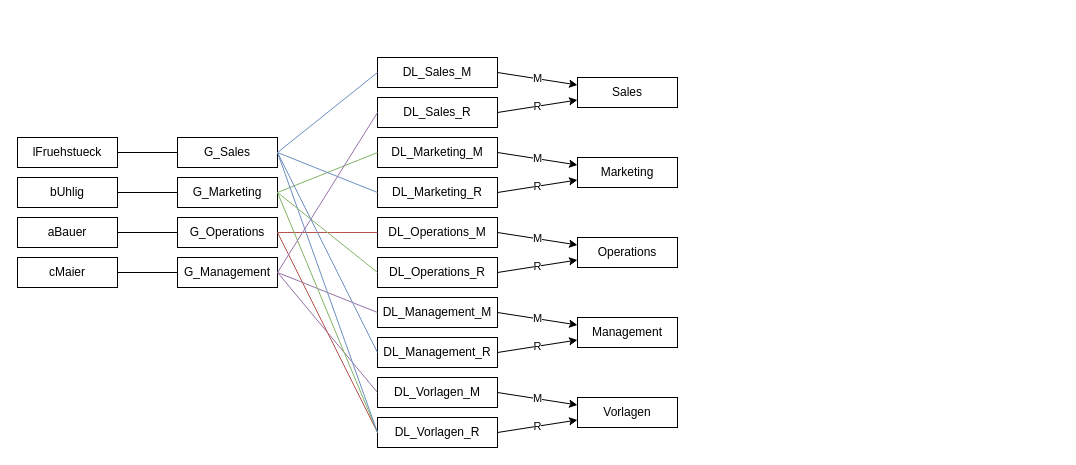
HTL3R-DA-24-25/NWTK_24-25_FruehstueckUhlig keeps this draw.io diagram as plan/AD/Gruppen/Gruppen.drawio. Above is the earlier version. Source tidied: cells renumbered, new cells numbered last; positions are measured from the earlier drawing's top-left corner, leaving out a move shared by most shapes. Both pictures are drawn from the tidied source at 100%, with x=0, y=0 at pixel (17, 57).
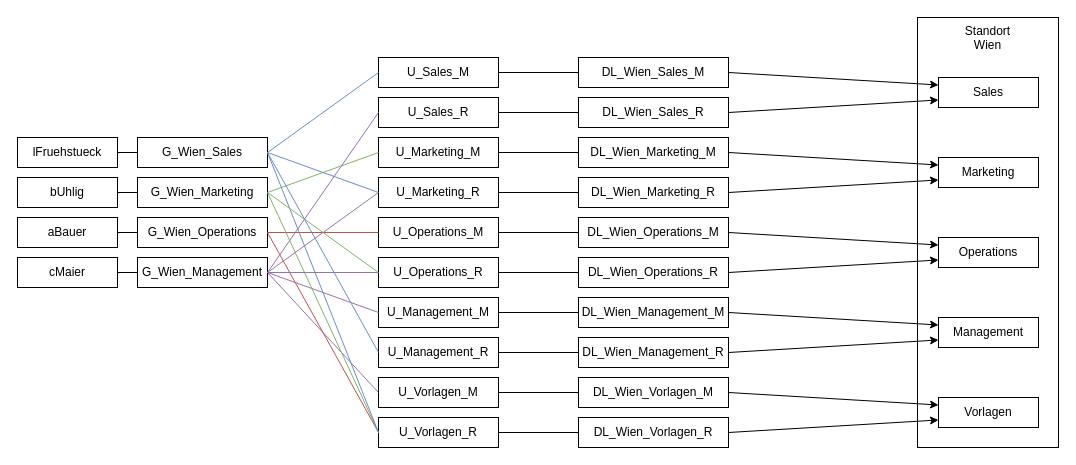
After the change.

The edit, as a diff of the source:
```diff
@@
+    <mxCell id="51" value="&lt;div&gt;Standort&lt;/div&gt;&lt;div&gt;Wien&lt;br&gt;&lt;/div&gt;" style="rounded=0;whiteSpace=wrap;html=1;verticalAlign=top;" parent="1" vertex="1">
+      <mxGeometry x="900" y="-40" width="141" height="430" as="geometry" />
+    </mxCell>
-    <mxCell id="2" value="G_Sales" style="rounded=0;whiteSpace=wrap;html=1;" parent="1" vertex="1">
-      <mxGeometry x="160" y="80" width="100" height="30" as="geometry" />
+    <mxCell id="2" value="G_Wien_Sales" style="rounded=0;whiteSpace=wrap;html=1;" parent="1" vertex="1">
+      <mxGeometry x="120" y="80" width="130" height="30" as="geometry" />
     </mxCell>
-    <mxCell id="3" value="G_Operations" style="rounded=0;whiteSpace=wrap;html=1;" parent="1" vertex="1">
-      <mxGeometry x="160" y="160" width="100" height="30" as="geometry" />
+    <mxCell id="3" value="G_Wien_Operations" style="rounded=0;whiteSpace=wrap;html=1;" parent="1" vertex="1">
+      <mxGeometry x="120" y="160" width="130" height="30" as="geometry" />
     </mxCell>
-    <mxCell id="4" value="G_Marketing" style="rounded=0;whiteSpace=wrap;html=1;" parent="1" vertex="1">
-      <mxGeometry x="160" y="120" width="100" height="30" as="geometry" />
+    <mxCell id="4" value="G_Wien_Marketing" style="rounded=0;whiteSpace=wrap;html=1;" parent="1" vertex="1">
+      <mxGeometry x="120" y="120" width="130" height="30" as="geometry" />
     </mxCell>
-    <mxCell id="5" value="G_Management" style="rounded=0;whiteSpace=wrap;html=1;" parent="1" vertex="1">
-      <mxGeometry x="160" y="200" width="100" height="30" as="geometry" />
+    <mxCell id="5" value="G_Wien_Management" style="rounded=0;whiteSpace=wrap;html=1;" parent="1" vertex="1">
+      <mxGeometry x="120" y="200" width="130" height="30" as="geometry" />
     </mxCell>
-    <mxCell id="6" value="M" style="rounded=0;jettySize=auto;html=1;exitX=1;exitY=0.5;exitDx=0;exitDy=0;entryX=0;entryY=0.25;entryDx=0;entryDy=0;" parent="1" edge="1" source="7" target="41">
-      <mxGeometry relative="1" as="geometry" />
-    </mxCell>
-    <mxCell id="7" value="DL_Sales_M" style="rounded=0;whiteSpace=wrap;html=1;" parent="1" vertex="1">
-      <mxGeometry x="360" width="120" height="30" as="geometry" />
+    <mxCell id="7" value="U_Sales_M" style="rounded=0;whiteSpace=wrap;html=1;" parent="1" vertex="1">
+      <mxGeometry x="361" width="120" height="30" as="geometry" />
     </mxCell>
-    <mxCell id="8" value="DL_Sales_R" style="rounded=0;whiteSpace=wrap;html=1;" parent="1" vertex="1">
-      <mxGeometry x="360" y="40" width="120" height="30" as="geometry" />
+    <mxCell id="8" value="U_Sales_R" style="rounded=0;whiteSpace=wrap;html=1;" parent="1" vertex="1">
+      <mxGeometry x="361" y="40" width="120" height="30" as="geometry" />
     </mxCell>
-    <mxCell id="9" value="DL_Marketing_M" style="rounded=0;whiteSpace=wrap;html=1;" parent="1" vertex="1">
-      <mxGeometry x="360" y="80" width="120" height="30" as="geometry" />
+    <mxCell id="9" value="U_Marketing_M" style="rounded=0;whiteSpace=wrap;html=1;" parent="1" vertex="1">
+      <mxGeometry x="361" y="80" width="120" height="30" as="geometry" />
     </mxCell>
-    <mxCell id="10" value="DL_Marketing_R" style="rounded=0;whiteSpace=wrap;html=1;" parent="1" vertex="1">
-      <mxGeometry x="360" y="120" width="120" height="30" as="geometry" />
+    <mxCell id="10" value="U_Marketing_R" style="rounded=0;whiteSpace=wrap;html=1;" parent="1" vertex="1">
+      <mxGeometry x="361" y="120" width="120" height="30" as="geometry" />
     </mxCell>
-    <mxCell id="11" value="DL_Operations_M" style="rounded=0;whiteSpace=wrap;html=1;" parent="1" vertex="1">
-      <mxGeometry x="360" y="160" width="120" height="30" as="geometry" />
+    <mxCell id="11" value="U_Operations_M" style="rounded=0;whiteSpace=wrap;html=1;" parent="1" vertex="1">
+      <mxGeometry x="361" y="160" width="120" height="30" as="geometry" />
     </mxCell>
-    <mxCell id="12" value="DL_Operations_R" style="rounded=0;whiteSpace=wrap;html=1;" parent="1" vertex="1">
-      <mxGeometry x="360" y="200" width="120" height="30" as="geometry" />
+    <mxCell id="12" value="U_Operations_R" style="rounded=0;whiteSpace=wrap;html=1;" parent="1" vertex="1">
+      <mxGeometry x="361" y="200" width="120" height="30" as="geometry" />
     </mxCell>
-    <mxCell id="13" value="DL_Management_M" style="rounded=0;whiteSpace=wrap;html=1;" parent="1" vertex="1">
-      <mxGeometry x="360" y="240" width="120" height="30" as="geometry" />
+    <mxCell id="13" value="U_Management_M" style="rounded=0;whiteSpace=wrap;html=1;" parent="1" vertex="1">
+      <mxGeometry x="361" y="240" width="120" height="30" as="geometry" />
     </mxCell>
-    <mxCell id="14" value="DL_Management_R" style="rounded=0;whiteSpace=wrap;html=1;" parent="1" vertex="1">
-      <mxGeometry x="360" y="280" width="120" height="30" as="geometry" />
+    <mxCell id="14" value="U_Management_R" style="rounded=0;whiteSpace=wrap;html=1;" parent="1" vertex="1">
+      <mxGeometry x="361" y="280" width="120" height="30" as="geometry" />
     </mxCell>
@@
-    <mxCell id="27" value="DL_Vorlagen_M" style="rounded=0;whiteSpace=wrap;html=1;" parent="1" vertex="1">
-      <mxGeometry x="360" y="320" width="120" height="30" as="geometry" />
+    <mxCell id="27" value="U_Vorlagen_M" style="rounded=0;whiteSpace=wrap;html=1;" parent="1" vertex="1">
+      <mxGeometry x="361" y="320" width="120" height="30" as="geometry" />
     </mxCell>
-    <mxCell id="28" value="DL_Vorlagen_R" style="rounded=0;whiteSpace=wrap;html=1;" parent="1" vertex="1">
-      <mxGeometry x="360" y="360" width="120" height="30" as="geometry" />
+    <mxCell id="28" value="U_Vorlagen_R" style="rounded=0;whiteSpace=wrap;html=1;" parent="1" vertex="1">
+      <mxGeometry x="361" y="360" width="120" height="30" as="geometry" />
     </mxCell>
@@
     <mxCell id="37" value="Marketing" style="rounded=0;whiteSpace=wrap;html=1;" parent="1" vertex="1">
-      <mxGeometry x="560" y="100" width="100" height="30" as="geometry" />
+      <mxGeometry x="921" y="100" width="100" height="30" as="geometry" />
     </mxCell>
     <mxCell id="38" value="Management" style="rounded=0;whiteSpace=wrap;html=1;" parent="1" vertex="1">
-      <mxGeometry x="560" y="260" width="100" height="30" as="geometry" />
+      <mxGeometry x="921" y="260" width="100" height="30" as="geometry" />
     </mxCell>
     <mxCell id="39" value="Operations" style="rounded=0;whiteSpace=wrap;html=1;" parent="1" vertex="1">
-      <mxGeometry x="560" y="180" width="100" height="30" as="geometry" />
+      <mxGeometry x="921" y="180" width="100" height="30" as="geometry" />
     </mxCell>
     <mxCell id="40" value="Vorlagen" style="rounded=0;whiteSpace=wrap;html=1;" parent="1" vertex="1">
-      <mxGeometry x="560" y="340" width="100" height="30" as="geometry" />
+      <mxGeometry x="921" y="340" width="100" height="30" as="geometry" />
     </mxCell>
     <mxCell id="41" value="Sales" style="rounded=0;whiteSpace=wrap;html=1;" parent="1" vertex="1">
-      <mxGeometry x="560" y="20" width="100" height="30" as="geometry" />
+      <mxGeometry x="921" y="20" width="100" height="30" as="geometry" />
     </mxCell>
-    <mxCell id="42" value="M" style="rounded=0;jettySize=auto;html=1;exitX=1;exitY=0.5;exitDx=0;exitDy=0;entryX=0;entryY=0.25;entryDx=0;entryDy=0;" parent="1" edge="1" source="9" target="37">
-      <mxGeometry relative="1" as="geometry" />
-    </mxCell>
-    <mxCell id="43" value="M" style="rounded=0;jettySize=auto;html=1;exitX=1;exitY=0.5;exitDx=0;exitDy=0;entryX=0;entryY=0.25;entryDx=0;entryDy=0;" parent="1" edge="1" source="11" target="39">
-      <mxGeometry relative="1" as="geometry" />
-    </mxCell>
-    <mxCell id="44" value="M" style="rounded=0;jettySize=auto;html=1;exitX=1;exitY=0.5;exitDx=0;exitDy=0;entryX=0;entryY=0.25;entryDx=0;entryDy=0;" parent="1" edge="1" source="13" target="38">
-      <mxGeometry relative="1" as="geometry" />
-    </mxCell>
-    <mxCell id="45" value="M" style="rounded=0;jettySize=auto;html=1;exitX=1;exitY=0.5;exitDx=0;exitDy=0;entryX=0;entryY=0.25;entryDx=0;entryDy=0;" parent="1" edge="1" source="27" target="40">
-      <mxGeometry relative="1" as="geometry" />
-    </mxCell>
-    <mxCell id="46" value="R" style="rounded=0;jettySize=auto;html=1;exitX=1;exitY=0.5;exitDx=0;exitDy=0;entryX=0;entryY=0.75;entryDx=0;entryDy=0;" parent="1" edge="1" source="8" target="41">
-      <mxGeometry relative="1" as="geometry" />
-    </mxCell>
-    <mxCell id="47" value="R" style="rounded=0;jettySize=auto;html=1;exitX=1;exitY=0.5;exitDx=0;exitDy=0;entryX=0;entryY=0.75;entryDx=0;entryDy=0;" parent="1" edge="1" source="10" target="37">
-      <mxGeometry relative="1" as="geometry" />
-    </mxCell>
-    <mxCell id="48" value="R" style="rounded=0;jettySize=auto;html=1;exitX=1;exitY=0.5;exitDx=0;exitDy=0;entryX=0;entryY=0.75;entryDx=0;entryDy=0;" parent="1" edge="1" source="12" target="39">
-      <mxGeometry relative="1" as="geometry" />
-    </mxCell>
-    <mxCell id="49" value="R" style="rounded=0;jettySize=auto;html=1;exitX=1;exitY=0.5;exitDx=0;exitDy=0;entryX=0;entryY=0.75;entryDx=0;entryDy=0;" parent="1" edge="1" source="14" target="38">
-      <mxGeometry relative="1" as="geometry" />
-    </mxCell>
-    <mxCell id="50" value="R" style="rounded=0;jettySize=auto;html=1;exitX=1;exitY=0.5;exitDx=0;exitDy=0;entryX=0;entryY=0.75;entryDx=0;entryDy=0;" parent="1" edge="1" source="28" target="40">
-      <mxGeometry relative="1" as="geometry" />
-    </mxCell>
+    <mxCell id="52" value="DL_Wien_Sales_M" style="rounded=0;whiteSpace=wrap;html=1;" parent="1" vertex="1">
+      <mxGeometry x="561" width="150" height="30" as="geometry" />
+    </mxCell>
+    <mxCell id="53" value="DL_Wien_Sales_R" style="rounded=0;whiteSpace=wrap;html=1;" parent="1" vertex="1">
+      <mxGeometry x="561" y="40" width="150" height="30" as="geometry" />
+    </mxCell>
+    <mxCell id="54" value="DL_Wien_Marketing_M" style="rounded=0;whiteSpace=wrap;html=1;" parent="1" vertex="1">
+      <mxGeometry x="561" y="80" width="150" height="30" as="geometry" />
+    </mxCell>
+    <mxCell id="55" value="DL_Wien_Marketing_R" style="rounded=0;whiteSpace=wrap;html=1;" parent="1" vertex="1">
+      <mxGeometry x="561" y="120" width="150" height="30" as="geometry" />
+    </mxCell>
+    <mxCell id="56" value="DL_Wien_Operations_M" style="rounded=0;whiteSpace=wrap;html=1;" parent="1" vertex="1">
+      <mxGeometry x="561" y="160" width="150" height="30" as="geometry" />
+    </mxCell>
+    <mxCell id="57" value="DL_Wien_Operations_R" style="rounded=0;whiteSpace=wrap;html=1;" parent="1" vertex="1">
+      <mxGeometry x="561" y="200" width="150" height="30" as="geometry" />
+    </mxCell>
+    <mxCell id="58" value="DL_Wien_Management_M" style="rounded=0;whiteSpace=wrap;html=1;" parent="1" vertex="1">
+      <mxGeometry x="561" y="240" width="150" height="30" as="geometry" />
+    </mxCell>
+    <mxCell id="59" value="DL_Wien_Management_R" style="rounded=0;whiteSpace=wrap;html=1;" parent="1" vertex="1">
+      <mxGeometry x="561" y="280" width="150" height="30" as="geometry" />
+    </mxCell>
+    <mxCell id="60" value="DL_Wien_Vorlagen_M" style="rounded=0;whiteSpace=wrap;html=1;" parent="1" vertex="1">
+      <mxGeometry x="561" y="320" width="150" height="30" as="geometry" />
+    </mxCell>
+    <mxCell id="61" value="DL_Wien_Vorlagen_R" style="rounded=0;whiteSpace=wrap;html=1;" parent="1" vertex="1">
+      <mxGeometry x="561" y="360" width="150" height="30" as="geometry" />
+    </mxCell>
+    <mxCell id="62" style="endArrow=none;html=1;rounded=0;entryX=1;entryY=0.5;entryDx=0;entryDy=0;exitX=0;exitY=0.5;exitDx=0;exitDy=0;" parent="1" edge="1" source="52" target="7">
+      <mxGeometry relative="1" as="geometry" />
+    </mxCell>
+    <mxCell id="63" style="endArrow=none;html=1;rounded=0;entryX=1;entryY=0.5;entryDx=0;entryDy=0;exitX=0;exitY=0.5;exitDx=0;exitDy=0;" parent="1" edge="1" source="53" target="8">
+      <mxGeometry relative="1" as="geometry" />
+    </mxCell>
+    <mxCell id="64" style="endArrow=none;html=1;rounded=0;entryX=1;entryY=0.5;entryDx=0;entryDy=0;exitX=0;exitY=0.5;exitDx=0;exitDy=0;" parent="1" edge="1" source="56" target="11">
+      <mxGeometry relative="1" as="geometry" />
+    </mxCell>
+    <mxCell id="65" style="endArrow=none;html=1;rounded=0;entryX=1;entryY=0.5;entryDx=0;entryDy=0;exitX=0;exitY=0.5;exitDx=0;exitDy=0;" parent="1" edge="1" source="54" target="9">
+      <mxGeometry relative="1" as="geometry" />
+    </mxCell>
+    <mxCell id="66" style="endArrow=none;html=1;rounded=0;entryX=1;entryY=0.5;entryDx=0;entryDy=0;exitX=0;exitY=0.5;exitDx=0;exitDy=0;" parent="1" edge="1" source="55" target="10">
+      <mxGeometry relative="1" as="geometry" />
+    </mxCell>
+    <mxCell id="67" style="endArrow=none;html=1;rounded=0;entryX=1;entryY=0.5;entryDx=0;entryDy=0;exitX=0;exitY=0.5;exitDx=0;exitDy=0;" parent="1" edge="1" source="57" target="12">
+      <mxGeometry relative="1" as="geometry" />
+    </mxCell>
+    <mxCell id="68" style="endArrow=none;html=1;rounded=0;entryX=1;entryY=0.5;entryDx=0;entryDy=0;exitX=0;exitY=0.5;exitDx=0;exitDy=0;" parent="1" edge="1" source="58" target="13">
+      <mxGeometry relative="1" as="geometry" />
+    </mxCell>
+    <mxCell id="69" style="endArrow=none;html=1;rounded=0;entryX=1;entryY=0.5;entryDx=0;entryDy=0;exitX=0;exitY=0.5;exitDx=0;exitDy=0;" parent="1" edge="1" source="61" target="28">
+      <mxGeometry relative="1" as="geometry" />
+    </mxCell>
+    <mxCell id="70" style="endArrow=none;html=1;rounded=0;entryX=1;entryY=0.5;entryDx=0;entryDy=0;exitX=0;exitY=0.5;exitDx=0;exitDy=0;" parent="1" edge="1" source="60" target="27">
+      <mxGeometry relative="1" as="geometry" />
+    </mxCell>
+    <mxCell id="71" style="endArrow=none;html=1;rounded=0;entryX=1;entryY=0.5;entryDx=0;entryDy=0;exitX=0;exitY=0.5;exitDx=0;exitDy=0;" parent="1" edge="1" source="59" target="14">
+      <mxGeometry relative="1" as="geometry" />
+    </mxCell>
+    <mxCell id="72" style="endArrow=classic;html=1;rounded=0;entryX=0;entryY=0.25;entryDx=0;entryDy=0;exitX=1;exitY=0.5;exitDx=0;exitDy=0;" parent="1" edge="1" source="52" target="41">
+      <mxGeometry relative="1" as="geometry" />
+    </mxCell>
+    <mxCell id="73" style="endArrow=classic;html=1;rounded=0;exitX=1;exitY=0.5;exitDx=0;exitDy=0;entryX=0;entryY=0.75;entryDx=0;entryDy=0;" parent="1" edge="1" source="53" target="41">
+      <mxGeometry relative="1" as="geometry" />
+    </mxCell>
+    <mxCell id="74" style="endArrow=classic;html=1;rounded=0;exitX=1;exitY=0.5;exitDx=0;exitDy=0;entryX=0;entryY=0.25;entryDx=0;entryDy=0;" parent="1" edge="1" source="54" target="37">
+      <mxGeometry relative="1" as="geometry" />
+    </mxCell>
+    <mxCell id="75" style="endArrow=classic;html=1;rounded=0;exitX=1;exitY=0.5;exitDx=0;exitDy=0;entryX=0;entryY=0.75;entryDx=0;entryDy=0;" parent="1" edge="1" source="55" target="37">
+      <mxGeometry relative="1" as="geometry" />
+    </mxCell>
+    <mxCell id="76" style="endArrow=classic;html=1;rounded=0;entryX=0;entryY=0.25;entryDx=0;entryDy=0;exitX=1;exitY=0.5;exitDx=0;exitDy=0;" parent="1" edge="1" source="56" target="39">
+      <mxGeometry relative="1" as="geometry" />
+    </mxCell>
+    <mxCell id="77" style="endArrow=classic;html=1;rounded=0;exitX=1;exitY=0.5;exitDx=0;exitDy=0;entryX=0;entryY=0.75;entryDx=0;entryDy=0;" parent="1" edge="1" source="57" target="39">
+      <mxGeometry relative="1" as="geometry" />
+    </mxCell>
+    <mxCell id="78" style="endArrow=classic;html=1;rounded=0;entryX=0;entryY=0.25;entryDx=0;entryDy=0;exitX=1;exitY=0.5;exitDx=0;exitDy=0;" parent="1" edge="1" source="58" target="38">
+      <mxGeometry relative="1" as="geometry" />
+    </mxCell>
+    <mxCell id="79" style="endArrow=classic;html=1;rounded=0;exitX=1;exitY=0.5;exitDx=0;exitDy=0;entryX=0;entryY=0.75;entryDx=0;entryDy=0;" parent="1" edge="1" source="59" target="38">
+      <mxGeometry relative="1" as="geometry" />
+    </mxCell>
+    <mxCell id="80" style="endArrow=classic;html=1;rounded=0;entryX=0;entryY=0.25;entryDx=0;entryDy=0;exitX=1;exitY=0.5;exitDx=0;exitDy=0;" parent="1" edge="1" source="60" target="40">
+      <mxGeometry relative="1" as="geometry" />
+    </mxCell>
+    <mxCell id="81" style="endArrow=classic;html=1;rounded=0;exitX=1;exitY=0.5;exitDx=0;exitDy=0;entryX=0;entryY=0.75;entryDx=0;entryDy=0;" parent="1" edge="1" source="61" target="40">
+      <mxGeometry relative="1" as="geometry" />
+    </mxCell>
+    <mxCell id="82" style="endArrow=none;html=1;rounded=0;entryX=0;entryY=0.5;entryDx=0;entryDy=0;fillColor=#e1d5e7;strokeColor=#9673a6;exitX=1;exitY=0.5;exitDx=0;exitDy=0;" parent="1" edge="1" source="5" target="10">
+      <mxGeometry relative="1" as="geometry" />
+    </mxCell>
+    <mxCell id="83" style="endArrow=none;html=1;rounded=0;entryX=0;entryY=0.5;entryDx=0;entryDy=0;exitX=1;exitY=0.5;exitDx=0;exitDy=0;fillColor=#e1d5e7;strokeColor=#9673a6;" parent="1" edge="1" source="5" target="12">
+      <mxGeometry relative="1" as="geometry" />
+    </mxCell>
```
